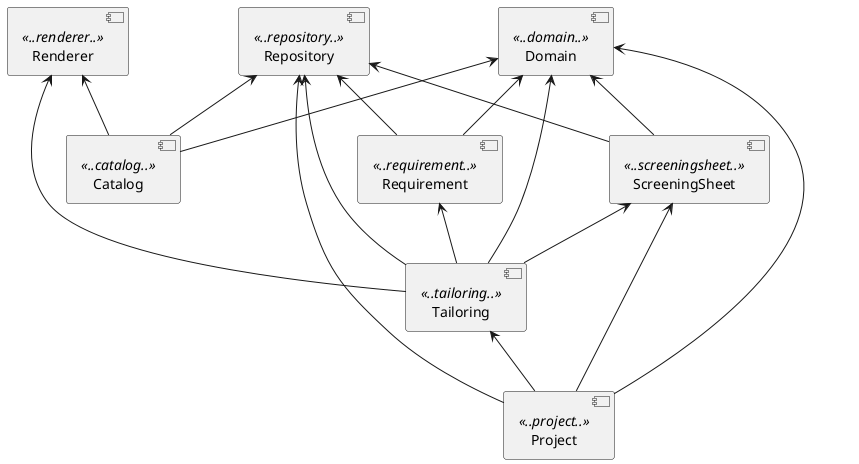
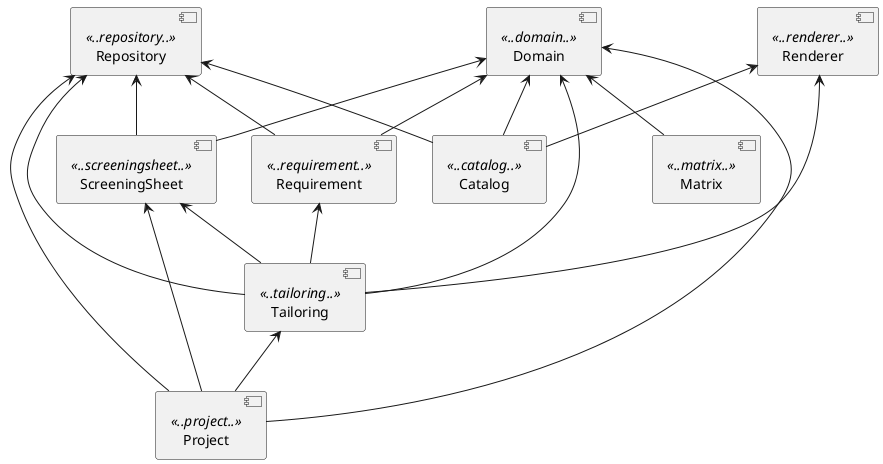
@startuml

skinparam componentStyle uml2
'skinparam component {
'  BorderColor #grey
'  BackgroundColor #white
'}

[Domain] <<..domain..>>
[Renderer] <<..renderer..>>
[Repository] <<..repository..>>

[Requirement] <<..requirement..>>
[Domain] <-- [Requirement]
[Repository] <-- [Requirement]

[ScreeningSheet] <<..screeningsheet..>>
[Domain] <-- [ScreeningSheet]
[Repository] <-- [ScreeningSheet]

[Tailoring] <<..tailoring..>>
[Domain] <-- [Tailoring]
[Repository] <-- [Tailoring]
[Renderer] <-- [Tailoring]
[ScreeningSheet] <-- [Tailoring]
[Requirement] <-- [Tailoring]

[Project] <<..project..>>
[Domain] <-- [Project]
[Repository]  <- [Project]
[ScreeningSheet] <-- [Project]
[Tailoring] <-- [Project]

[Catalog] <<..catalog..>>
[Domain] <-- [Catalog]
[Repository] <-- [Catalog]
[Renderer] <-- [Catalog]

+ [Matrix] <<..matrix..>>
+ [Domain] <-- [Matrix]
@enduml
